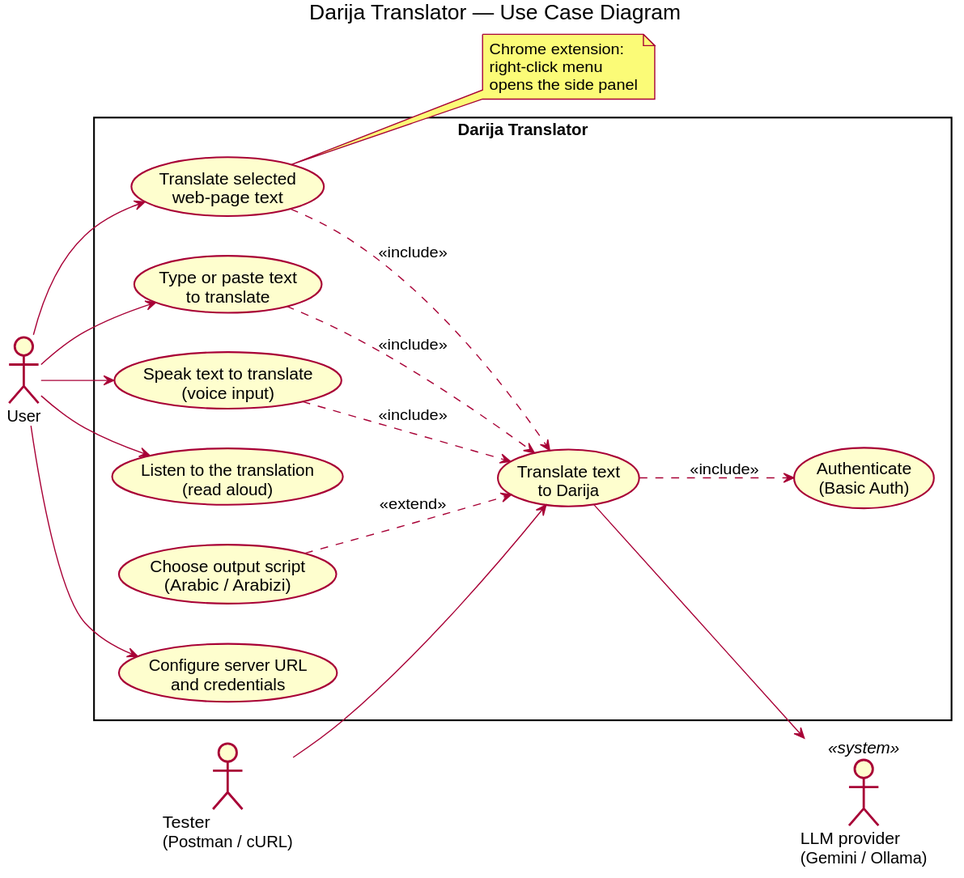
Above: docs/use-case-diagram.svg in bashirmouri/darija-translator (PlantUML), before the change.
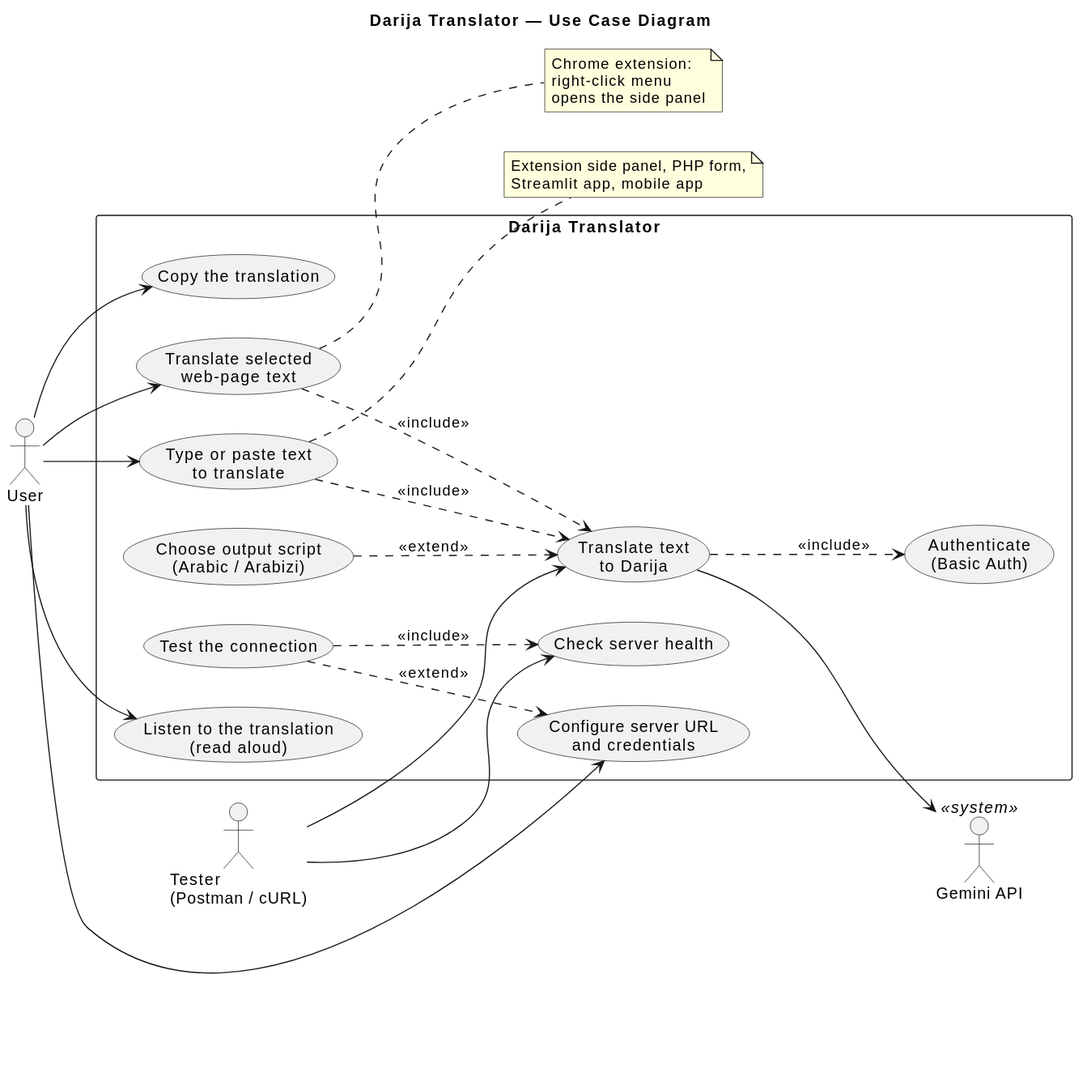
After the commit.

Diff of the diagram source:
```diff
@@ -1,4 +1,4 @@
-@startuml use-case-diagram
+@startuml
 skinparam shadowing false
 skinparam packageStyle rectangle
 left to right direction
@@ -6,30 +6,34 @@
 
 actor "User" as user
 actor "Tester\n(Postman / cURL)" as tester
-actor "LLM provider\n(Gemini / Ollama)" as llm <<system>>
+actor "Gemini API" as llm <<system>>
 
 rectangle "Darija Translator" {
   usecase "Translate text\nto Darija" as UC_translate
   usecase "Translate selected\nweb-page text" as UC_select
   usecase "Type or paste text\nto translate" as UC_type
-  usecase "Speak text to translate\n(voice input)" as UC_voice
   usecase "Listen to the translation\n(read aloud)" as UC_listen
+  usecase "Copy the translation" as UC_copy
   usecase "Choose output script\n(Arabic / Arabizi)" as UC_script
   usecase "Configure server URL\nand credentials" as UC_config
+  usecase "Test the connection" as UC_test
   usecase "Authenticate\n(Basic Auth)" as UC_auth
+  usecase "Check server health" as UC_health
 }
 
 user --> UC_select
 user --> UC_type
-user --> UC_voice
 user --> UC_listen
+user --> UC_copy
 user --> UC_config
 tester --> UC_translate
+tester --> UC_health
 
 UC_select ..> UC_translate : <<include>>
 UC_type ..> UC_translate : <<include>>
-UC_voice ..> UC_translate : <<include>>
 UC_script ..> UC_translate : <<extend>>
+UC_test ..> UC_config : <<extend>>
+UC_test ..> UC_health : <<include>>
 UC_translate ..> UC_auth : <<include>>
 UC_translate --> llm
 
@@ -38,4 +42,9 @@
   right-click menu
   opens the side panel
 end note
+
+note right of UC_type
+  Extension side panel, PHP form,
+  Streamlit app, mobile app
+end note
 @enduml
```
